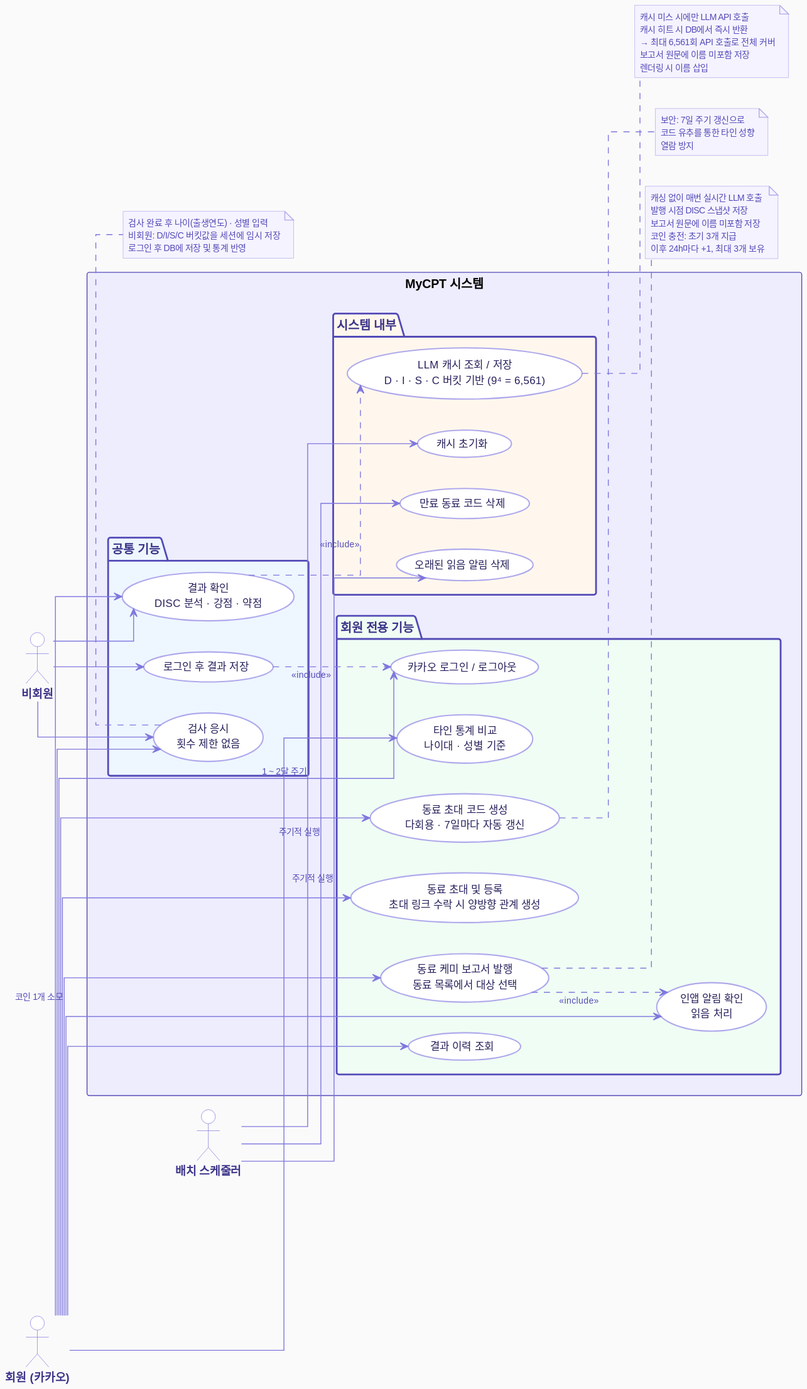
This is docs/images/MyCPT_UseCase.svg from Yush1nk1m/MyCPT, a PlantUML export, as it was before one commit.
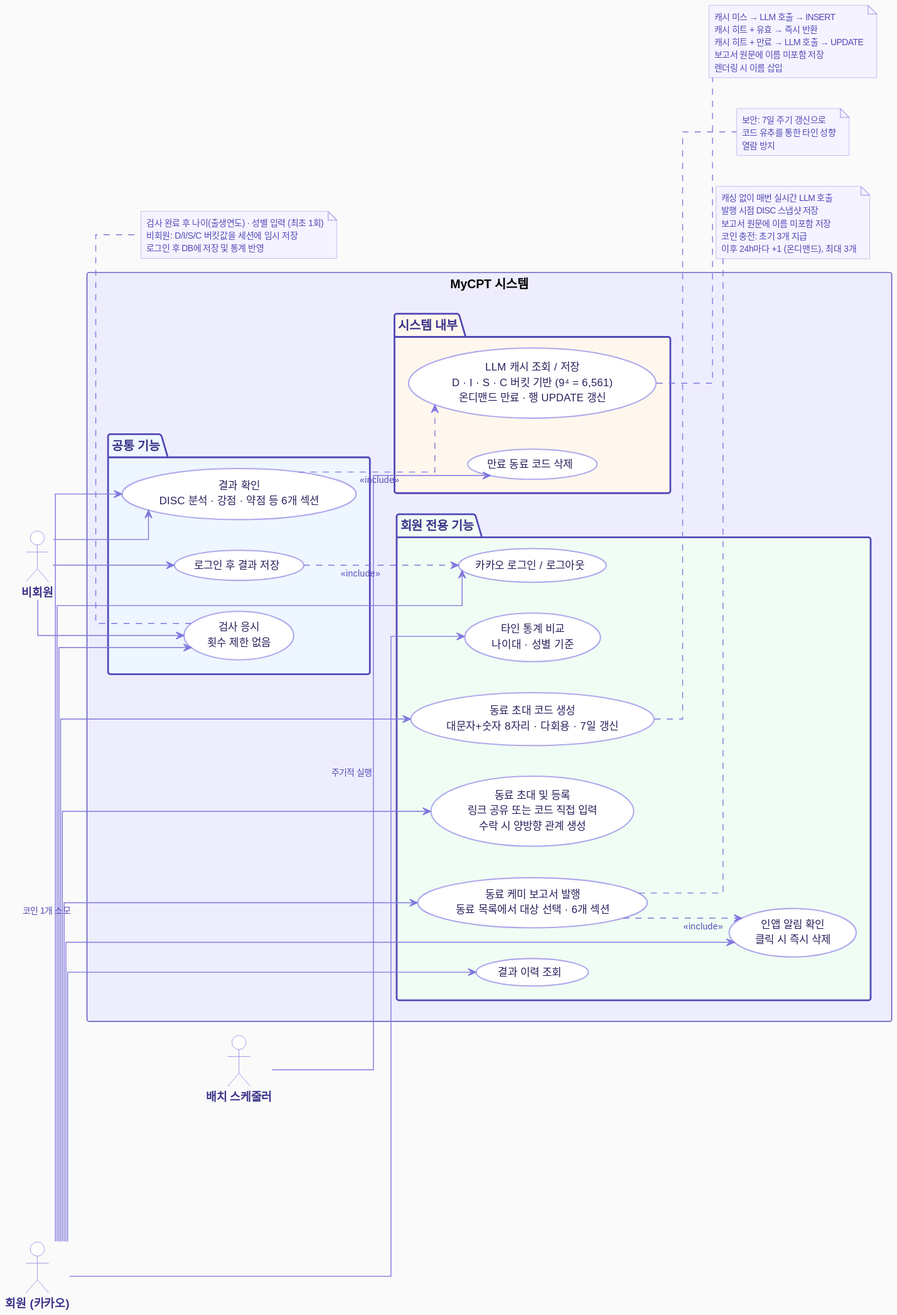
The same diagram one commit later.

Diff of the diagram source:
```diff
@@ -47,7 +47,7 @@
 
   package "공통 기능" #EEF6FF {
     usecase "검사 응시\n횟수 제한 없음" as UC_Test
-    usecase "결과 확인\nDISC 분석 · 강점 · 약점" as UC_Result
+    usecase "결과 확인\nDISC 분석 · 강점 · 약점 등 6개 섹션" as UC_Result
     usecase "로그인 후 결과 저장" as UC_Save
   }
 
@@ -55,19 +55,21 @@
     usecase "카카오 로그인 / 로그아웃" as UC_Login
     usecase "결과 이력 조회" as UC_History
     usecase "타인 통계 비교\n나이대 · 성별 기준" as UC_Stats
-    usecase "동료 초대 코드 생성\n다회용 · 7일마다 자동 갱신" as UC_Code
-    usecase "동료 초대 및 등록\n초대 링크 수락 시 양방향 관계 생성" as UC_ColleagueRegister
-    usecase "동료 케미 보고서 발행\n동료 목록에서 대상 선택" as UC_Compat
-    usecase "인앱 알림 확인\n읽음 처리" as UC_Notify
+    usecase "동료 초대 코드 생성\n대문자+숫자 8자리 · 다회용 · 7일 갱신" as UC_Code
+    usecase "동료 초대 및 등록\n링크 공유 또는 코드 직접 입력\n수락 시 양방향 관계 생성" as UC_ColleagueRegister
+    usecase "동료 케미 보고서 발행\n동료 목록에서 대상 선택 · 6개 섹션" as UC_Compat
+    usecase "인앱 알림 확인\n클릭 시 즉시 삭제" as UC_Notify
   }
 
   package "시스템 내부" #FFF7ED {
-    usecase "LLM 캐시 조회 / 저장\nD · I · S · C 버킷 기반 (9⁴ = 6,561)" as UC_Cache
-    usecase "캐시 초기화" as UC_Clear
+    usecase "LLM 캐시 조회 / 저장\nD · I · S · C 버킷 기반 (9⁴ = 6,561)\n온디맨드 만료 · 행 UPDATE 갱신" as UC_Cache
     usecase "만료 동료 코드 삭제" as UC_PeerCodeClean
-    usecase "오래된 읽음 알림 삭제" as UC_NotifyClean
   }
 }
+
+Guest  --> UC_Test
+Guest  --> UC_Result
+Guest  --> UC_Save
 
 Member --> UC_Test
 Member --> UC_Result
@@ -79,22 +81,16 @@
 Member --> UC_Compat      : 코인 1개 소모
 Member --> UC_Notify
 
-Guest  --> UC_Test
-Guest  --> UC_Result
-Guest  --> UC_Save
+Batch  --> UC_PeerCodeClean : 주기적 실행
 
-Batch  --> UC_Clear        : 1 ~ 2달 주기
-Batch  --> UC_PeerCodeClean : 주기적 실행
-Batch  --> UC_NotifyClean   : 주기적 실행
-
-UC_Result ..> UC_Cache : <<include>>
-UC_Save   ..> UC_Login : <<include>>
+UC_Result ..> UC_Cache  : <<include>>
+UC_Save   ..> UC_Login  : <<include>>
 UC_Compat ..> UC_Notify : <<include>>
 
 note right of UC_Cache
-  캐시 미스 시에만 LLM API 호출
-  캐시 히트 시 DB에서 즉시 반환
-  → 최대 6,561회 API 호출로 전체 커버
+  캐시 미스 → LLM 호출 → INSERT
+  캐시 히트 + 유효 → 즉시 반환
+  캐시 히트 + 만료 → LLM 호출 → UPDATE
   보고서 원문에 이름 미포함 저장
   렌더링 시 이름 삽입
 end note
@@ -104,7 +100,7 @@
   발행 시점 DISC 스냅샷 저장
   보고서 원문에 이름 미포함 저장
   코인 충전: 초기 3개 지급
-  이후 24h마다 +1, 최대 3개 보유
+  이후 24h마다 +1 (온디맨드), 최대 3개
 end note
 
 note right of UC_Code
@@ -114,7 +110,7 @@
 end note
 
 note bottom of UC_Test
-  검사 완료 후 나이(출생연도) · 성별 입력
+  검사 완료 후 나이(출생연도) · 성별 입력 (최초 1회)
   비회원: D/I/S/C 버킷값을 세션에 임시 저장
   로그인 후 DB에 저장 및 통계 반영
 end note
```
